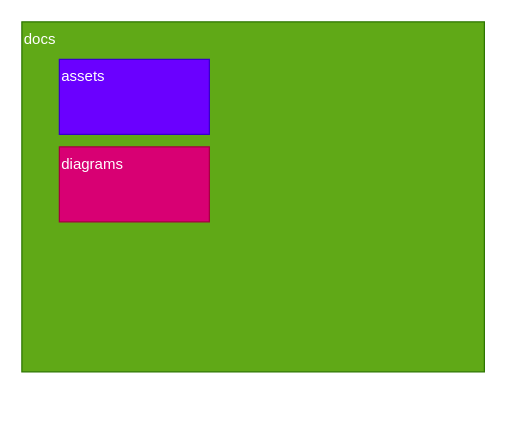
neozenith/mkdocs-material-stem-template keeps this draw.io diagram as docs/diagrams/architecture.drawio. Above is the earlier version. Source tidied: cells renumbered, new cells numbered last; positions are measured from the earlier drawing's top-left corner, leaving out a move shared by most shapes. Both pictures are drawn from the tidied source at 125%, with x=0, y=0 at pixel (21, 21).
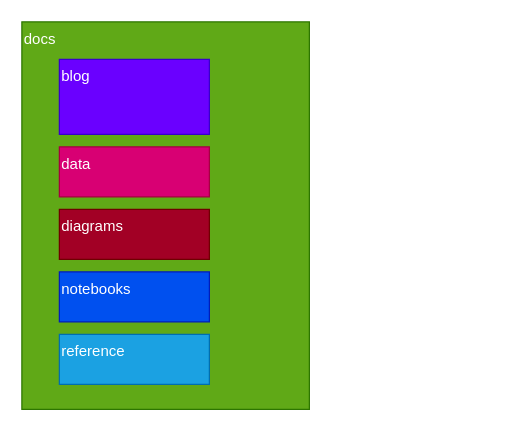
After the change.

Change to the diagram source:
```diff
@@
 <mxGraphModel>
   <root>
     <mxCell id="0" />
     <mxCell id="1" parent="0" />
     <mxCell id="2" value="docs" style="rounded=0;whiteSpace=wrap;html=1;fillColor=#60a917;fontColor=#ffffff;strokeColor=#2D7600;align=left;verticalAlign=top;" parent="1" vertex="1">
-      <mxGeometry width="370" height="280" as="geometry" />
+      <mxGeometry width="230" height="310" as="geometry" />
     </mxCell>
-    <mxCell id="3" value="assets" style="rounded=0;whiteSpace=wrap;html=1;fillColor=#6a00ff;fontColor=#ffffff;strokeColor=#3700CC;align=left;verticalAlign=top;" parent="1" vertex="1">
+    <mxCell id="3" value="blog" style="rounded=0;whiteSpace=wrap;html=1;fillColor=#6a00ff;fontColor=#ffffff;strokeColor=#3700CC;align=left;verticalAlign=top;" parent="1" vertex="1">
       <mxGeometry x="30" y="30" width="120" height="60" as="geometry" />
     </mxCell>
-    <mxCell id="4" value="diagrams" style="rounded=0;whiteSpace=wrap;html=1;fillColor=#d80073;fontColor=#ffffff;strokeColor=#A50040;align=left;verticalAlign=top;" parent="1" vertex="1">
-      <mxGeometry x="30" y="100" width="120" height="60" as="geometry" />
+    <mxCell id="4" value="data" style="rounded=0;whiteSpace=wrap;html=1;fillColor=#d80073;fontColor=#ffffff;strokeColor=#A50040;align=left;verticalAlign=top;" parent="1" vertex="1">
+      <mxGeometry x="30" y="100" width="120" height="40" as="geometry" />
     </mxCell>
+    <mxCell id="5" value="diagrams" style="rounded=0;whiteSpace=wrap;html=1;fillColor=#a20025;fontColor=#ffffff;strokeColor=#6F0000;align=left;verticalAlign=top;" parent="1" vertex="1">
+      <mxGeometry x="30" y="150" width="120" height="40" as="geometry" />
+    </mxCell>
+    <mxCell id="6" value="notebooks" style="rounded=0;whiteSpace=wrap;html=1;fillColor=#0050ef;fontColor=#ffffff;strokeColor=#001DBC;align=left;verticalAlign=top;" parent="1" vertex="1">
+      <mxGeometry x="30" y="200" width="120" height="40" as="geometry" />
+    </mxCell>
+    <mxCell id="7" value="reference" style="rounded=0;whiteSpace=wrap;html=1;fillColor=#1ba1e2;fontColor=#ffffff;strokeColor=#006EAF;align=left;verticalAlign=top;" parent="1" vertex="1">
+      <mxGeometry x="30" y="250" width="120" height="40" as="geometry" />
+    </mxCell>
   </root>
 </mxGraphModel>
```
